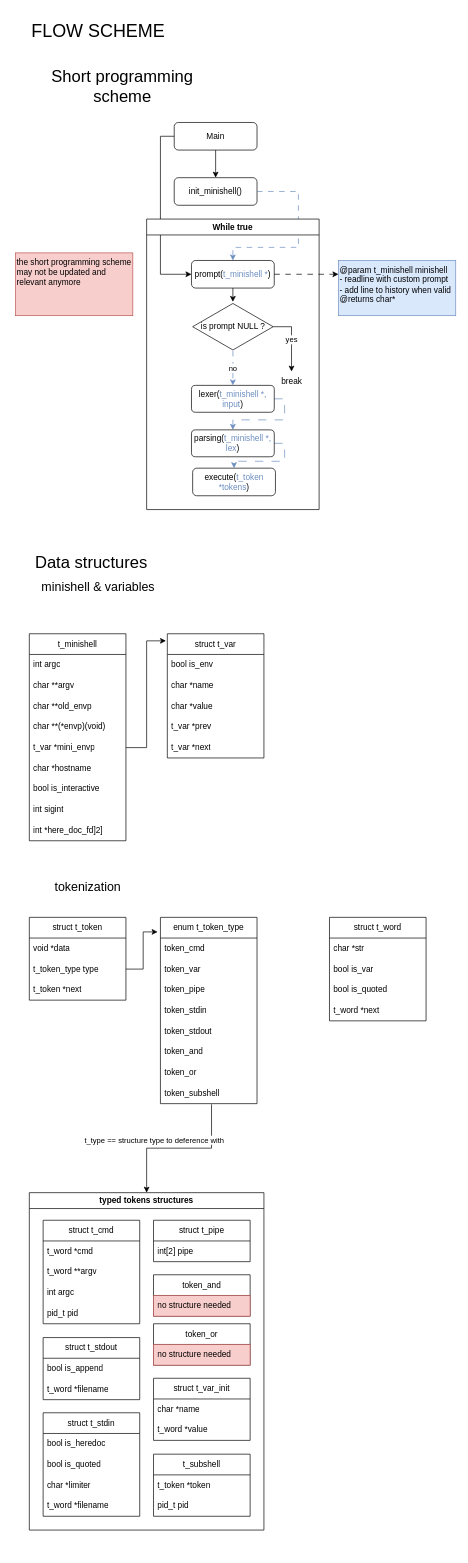
RPDJF/42-minishell keeps this draw.io diagram as docs/flow_scheme.drawio. Above is the earlier version. Source tidied: cells renumbered, new cells numbered last; positions are measured from the earlier drawing's top-left corner, leaving out a move shared by most shapes. Both pictures are drawn from the tidied source at 69%, with x=0, y=0 at pixel (12, 12).
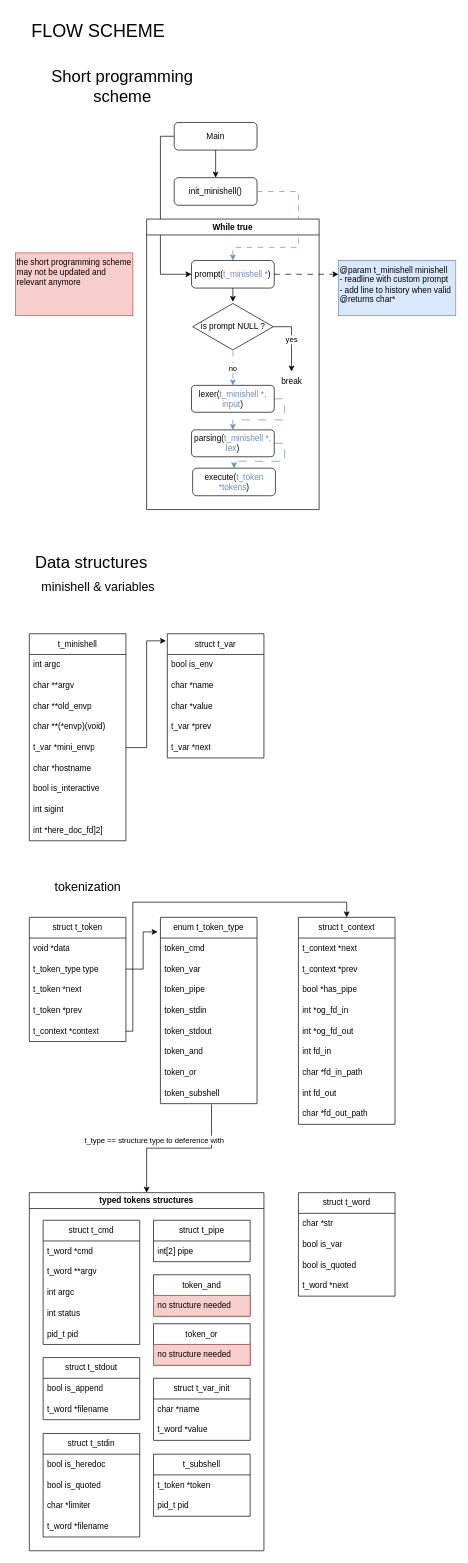
Above is the later version.

Commit message:
Mettre à jour flow_scheme.drawio

What changed in the source:
```diff
@@
     <mxCell id="21" value="struct t_token" style="swimlane;fontStyle=0;horizontal=1;startSize=30;whiteSpace=wrap;html=1;" parent="1" vertex="1">
-      <mxGeometry x="25" y="1312" width="140" height="120" as="geometry" />
+      <mxGeometry x="25" y="1312" width="140" height="180" as="geometry" />
     </mxCell>
@@
+    <mxCell id="90" value="t_token *prev" style="text;strokeColor=none;fillColor=none;align=left;verticalAlign=middle;spacingLeft=4;spacingRight=4;overflow=hidden;whiteSpace=wrap;html=1;" parent="21" vertex="1">
+      <mxGeometry y="120" width="140" height="30" as="geometry" />
+    </mxCell>
+    <mxCell id="91" value="t_context *context" style="text;strokeColor=none;fillColor=none;align=left;verticalAlign=middle;spacingLeft=4;spacingRight=4;overflow=hidden;points=[[0,0.5],[1,0.5]];portConstraint=eastwest;whiteSpace=wrap;html=1;" parent="21" vertex="1">
+      <mxGeometry y="150" width="140" height="30" as="geometry" />
+    </mxCell>
@@
     <mxCell id="36" value="typed tokens structures" style="swimlane;whiteSpace=wrap;html=1;" parent="1" vertex="1">
-      <mxGeometry x="25" y="1711" width="340" height="489" as="geometry" />
+      <mxGeometry x="25" y="1711" width="340" height="519" as="geometry" />
     </mxCell>
     <mxCell id="37" value="struct t_cmd" style="swimlane;fontStyle=0;horizontal=1;startSize=30;whiteSpace=wrap;html=1;" parent="36" vertex="1">
-      <mxGeometry x="20" y="40" width="140" height="150" as="geometry" />
+      <mxGeometry x="20" y="40" width="140" height="180" as="geometry" />
     </mxCell>
@@
+    <mxCell id="92" value="int status" style="text;strokeColor=none;fillColor=none;align=left;verticalAlign=middle;spacingLeft=4;spacingRight=4;overflow=hidden;whiteSpace=wrap;html=1;" parent="37" vertex="1">
+      <mxGeometry y="120" width="140" height="30" as="geometry" />
+    </mxCell>
     <mxCell id="41" value="pid_t pid" style="text;strokeColor=none;fillColor=none;align=left;verticalAlign=middle;spacingLeft=4;spacingRight=4;overflow=hidden;whiteSpace=wrap;html=1;" parent="37" vertex="1">
-      <mxGeometry y="120" width="140" height="30" as="geometry" />
+      <mxGeometry y="150" width="140" height="30" as="geometry" />
     </mxCell>
     <mxCell id="42" value="struct t_stdout" style="swimlane;fontStyle=0;horizontal=1;startSize=30;whiteSpace=wrap;html=1;" parent="36" vertex="1">
-      <mxGeometry x="20" y="210" width="140" height="90" as="geometry" />
+      <mxGeometry x="20" y="239" width="140" height="90" as="geometry" />
     </mxCell>
@@
     <mxCell id="49" value="struct t_stdin" style="swimlane;fontStyle=0;horizontal=1;startSize=30;whiteSpace=wrap;html=1;" parent="36" vertex="1">
-      <mxGeometry x="20" y="319" width="140" height="150" as="geometry" />
+      <mxGeometry x="20" y="349" width="140" height="150" as="geometry" />
     </mxCell>
@@
     <mxCell id="83" value="struct t_word" style="swimlane;fontStyle=0;horizontal=1;startSize=30;whiteSpace=wrap;html=1;" parent="1" vertex="1">
-      <mxGeometry x="460" y="1312" width="140" height="150" as="geometry" />
+      <mxGeometry x="415" y="1711" width="140" height="150" as="geometry" />
     </mxCell>
@@
+    <mxCell id="93" value="struct t_context" style="swimlane;fontStyle=0;horizontal=1;startSize=30;whiteSpace=wrap;html=1;" parent="1" vertex="1">
+      <mxGeometry x="415" y="1312" width="140" height="300" as="geometry" />
+    </mxCell>
+    <mxCell id="94" value="t_context *next" style="text;strokeColor=none;fillColor=none;align=left;verticalAlign=middle;spacingLeft=4;spacingRight=4;overflow=hidden;whiteSpace=wrap;html=1;" parent="93" vertex="1">
+      <mxGeometry y="30" width="140" height="30" as="geometry" />
+    </mxCell>
+    <mxCell id="95" value="t_context *prev" style="text;strokeColor=none;fillColor=none;align=left;verticalAlign=middle;spacingLeft=4;spacingRight=4;overflow=hidden;whiteSpace=wrap;html=1;" parent="93" vertex="1">
+      <mxGeometry y="60" width="140" height="30" as="geometry" />
+    </mxCell>
+    <mxCell id="96" value="bool *has_pipe" style="text;strokeColor=none;fillColor=none;align=left;verticalAlign=middle;spacingLeft=4;spacingRight=4;overflow=hidden;whiteSpace=wrap;html=1;" parent="93" vertex="1">
+      <mxGeometry y="90" width="140" height="30" as="geometry" />
+    </mxCell>
+    <mxCell id="97" value="int *og_fd_in" style="text;strokeColor=none;fillColor=none;align=left;verticalAlign=middle;spacingLeft=4;spacingRight=4;overflow=hidden;whiteSpace=wrap;html=1;" parent="93" vertex="1">
+      <mxGeometry y="120" width="140" height="30" as="geometry" />
+    </mxCell>
+    <mxCell id="98" value="int *og_fd_out" style="text;strokeColor=none;fillColor=none;align=left;verticalAlign=middle;spacingLeft=4;spacingRight=4;overflow=hidden;whiteSpace=wrap;html=1;" parent="93" vertex="1">
+      <mxGeometry y="150" width="140" height="30" as="geometry" />
+    </mxCell>
+    <mxCell id="99" value="int fd_in" style="text;strokeColor=none;fillColor=none;align=left;verticalAlign=middle;spacingLeft=4;spacingRight=4;overflow=hidden;whiteSpace=wrap;html=1;" parent="93" vertex="1">
+      <mxGeometry y="180" width="140" height="30" as="geometry" />
+    </mxCell>
+    <mxCell id="100" value="char *fd_in_path" style="text;strokeColor=none;fillColor=none;align=left;verticalAlign=middle;spacingLeft=4;spacingRight=4;overflow=hidden;whiteSpace=wrap;html=1;" parent="93" vertex="1">
+      <mxGeometry y="210" width="140" height="30" as="geometry" />
+    </mxCell>
+    <mxCell id="101" value="int fd_out" style="text;strokeColor=none;fillColor=none;align=left;verticalAlign=middle;spacingLeft=4;spacingRight=4;overflow=hidden;whiteSpace=wrap;html=1;" parent="93" vertex="1">
+      <mxGeometry y="240" width="140" height="30" as="geometry" />
+    </mxCell>
+    <mxCell id="102" value="char *fd_out_path" style="text;strokeColor=none;fillColor=none;align=left;verticalAlign=middle;spacingLeft=4;spacingRight=4;overflow=hidden;whiteSpace=wrap;html=1;" parent="93" vertex="1">
+      <mxGeometry y="270" width="140" height="30" as="geometry" />
+    </mxCell>
+    <mxCell id="103" style="edgeStyle=orthogonalEdgeStyle;rounded=0;jettySize=auto;html=1;entryX=0.5;entryY=0;entryDx=0;entryDy=0;" parent="1" edge="1" source="91" target="93">
+      <mxGeometry relative="1" as="geometry">
+        <Array as="points">
+          <mxPoint x="175" y="1477" />
+          <mxPoint x="175" y="1290" />
+          <mxPoint x="485" y="1290" />
+        </Array>
+      </mxGeometry>
+    </mxCell>
```
